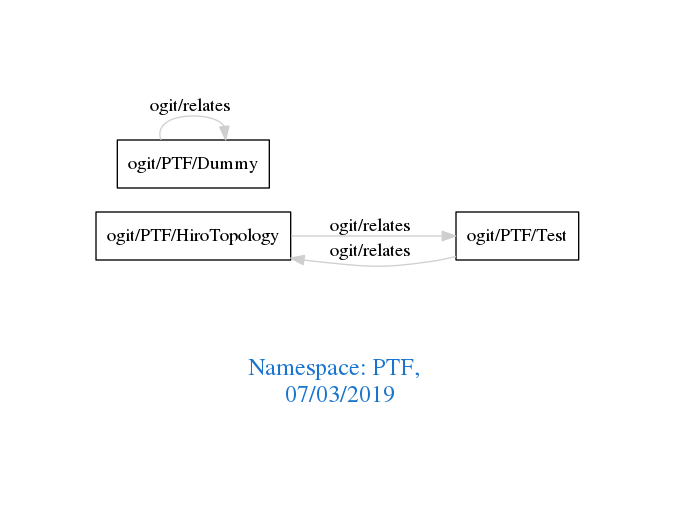
Above: downloads/PTF.png in arago/OGIT (Graphviz), before the change. Its source is kept beside it as downloads/PTF.dot.
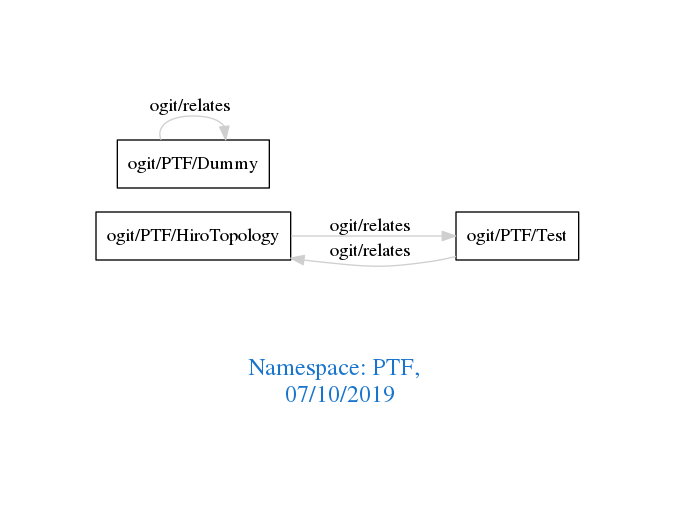
Above is the later version.

Diff of the diagram source:
```diff
@@ -1,7 +1,7 @@
 digraph OGIT_ontology {
  graph [ rankdir= LR,pad=1
 fontsize = 18,
-fontcolor= dodgerblue3,label = "\n\n\nNamespace: PTF, \n 07/03/2019"];
+fontcolor= dodgerblue3,label = "\n\n\nNamespace: PTF, \n 07/10/2019"];
 node[shape=polygon];
 edge [  color="gray81"];
 
```
